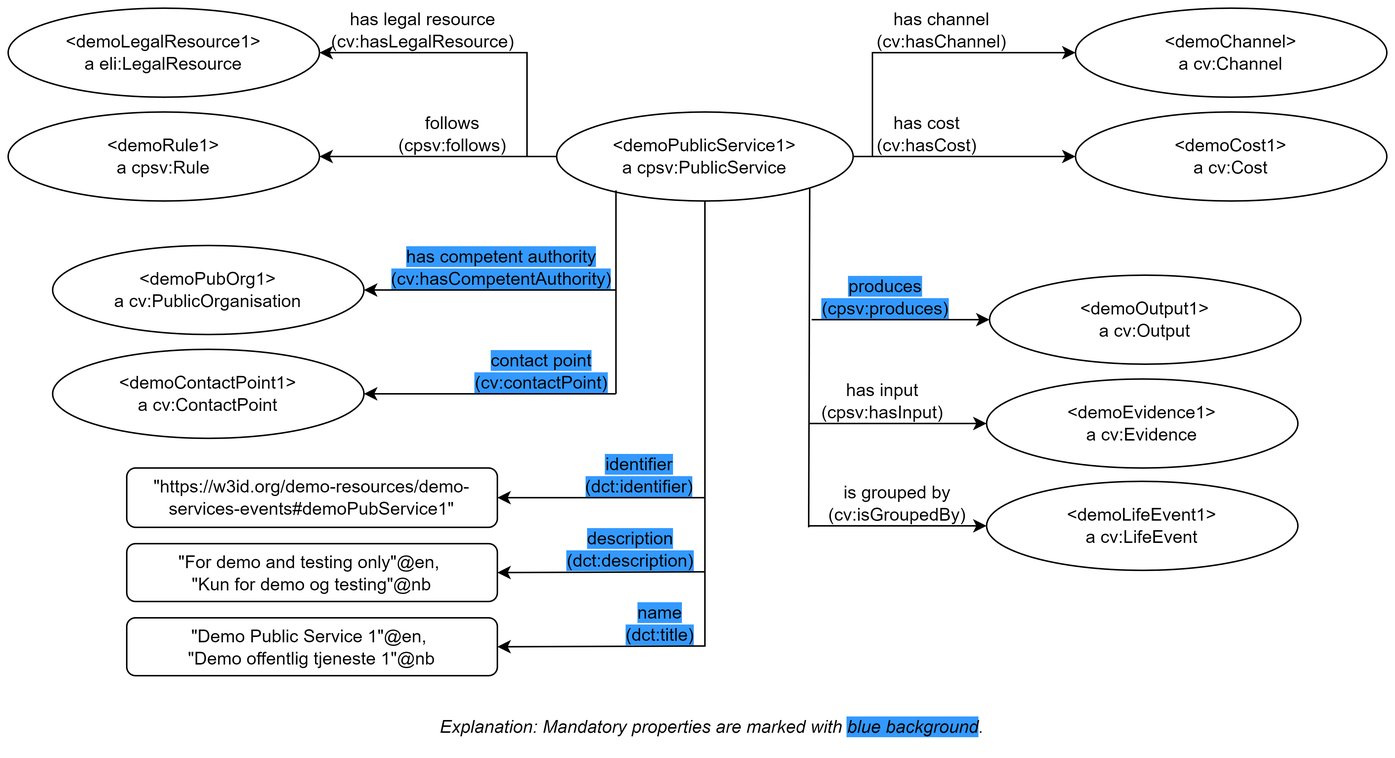
Earlier version of the draw.io export cpsv-ap-no/images/demoPublicService1-explanation.png (Informasjonsforvaltning/showroom). Source tidied: cells renumbered, new cells last; positions are measured from the earlier drawing's top-left corner, leaving out a move shared by most shapes.
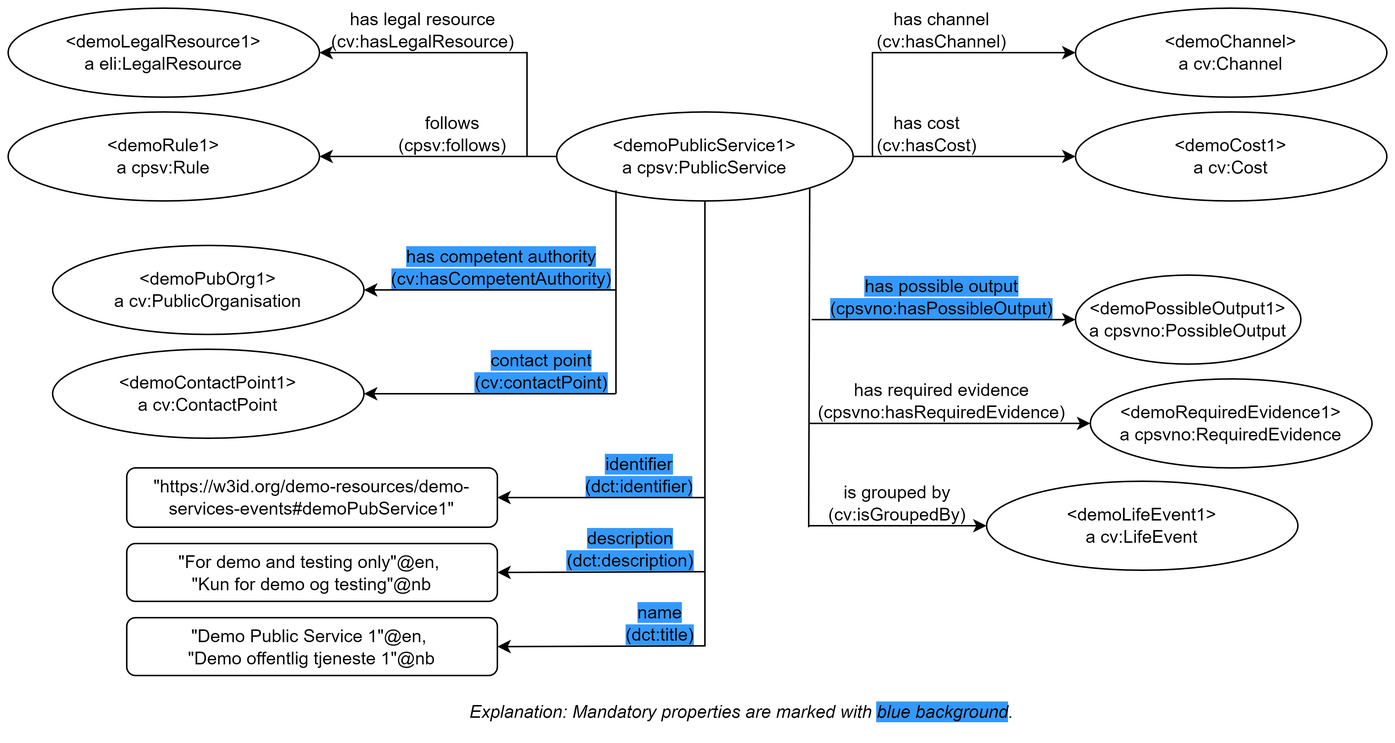
The same file after the commit.

Commit message:
Oppdatere tegningen for demo-cpsv-ap-no

Diff of the diagram source:
```diff
@@ -5,16 +5,16 @@
     <mxCell id="2" value="&amp;lt;demoPublicService1&amp;gt;&lt;br&gt;a cpsv:PublicService" style="ellipse;whiteSpace=wrap;html=1;" parent="1" vertex="1">
       <mxGeometry x="370" y="70" width="200" height="60" as="geometry" />
     </mxCell>
-    <mxCell id="3" value="&amp;lt;demoEvidence1&amp;gt;&lt;br&gt;a&amp;nbsp;cv:Evidence" style="ellipse;whiteSpace=wrap;html=1;" parent="1" vertex="1">
-      <mxGeometry x="660" y="250" width="210" height="60" as="geometry" />
+    <mxCell id="3" value="&amp;lt;demoRequiredEvidence1&amp;gt;&lt;br&gt;a&amp;nbsp;cpsvno:RequiredEvidence" style="ellipse;whiteSpace=wrap;html=1;" parent="1" vertex="1">
+      <mxGeometry x="730" y="250" width="190" height="60" as="geometry" />
     </mxCell>
     <mxCell id="4" style="endArrow=classic;html=1;rounded=0;entryX=0;entryY=0.5;entryDx=0;entryDy=0;" parent="1" edge="1" target="3">
       <mxGeometry relative="1" as="geometry">
         <mxPoint x="540" y="280" as="sourcePoint" />
       </mxGeometry>
     </mxCell>
-    <mxCell id="5" value="has input&lt;br&gt;(cpsv:hasInput)" style="text;html=1;strokeColor=none;fillColor=none;align=center;verticalAlign=middle;whiteSpace=wrap;rounded=0;" parent="1" vertex="1">
-      <mxGeometry x="560" y="250" width="60" height="30" as="geometry" />
+    <mxCell id="5" value="has required evidence&lt;br&gt;(cpsvno:hasRequiredEvidence)" style="text;html=1;strokeColor=none;fillColor=none;align=center;verticalAlign=middle;whiteSpace=wrap;rounded=0;" parent="1" vertex="1">
+      <mxGeometry x="600" y="250" width="60" height="30" as="geometry" />
     </mxCell>
     <mxCell id="6" value="&amp;lt;demoLifeEvent1&amp;gt;&lt;br&gt;a&amp;nbsp;cv:LifeEvent" style="ellipse;whiteSpace=wrap;html=1;" parent="1" vertex="1">
       <mxGeometry x="660" y="319" width="210" height="60" as="geometry" />
@@ -32,16 +32,16 @@
     <mxCell id="9" value="is grouped by&lt;br&gt;(cv:isGroupedBy)" style="text;html=1;strokeColor=none;fillColor=none;align=center;verticalAlign=middle;whiteSpace=wrap;rounded=0;" parent="1" vertex="1">
       <mxGeometry x="570" y="319" width="60" height="30" as="geometry" />
     </mxCell>
-    <mxCell id="10" value="&amp;lt;demoOutput1&amp;gt;&lt;br&gt;a&amp;nbsp;cv:Output" style="ellipse;whiteSpace=wrap;html=1;" parent="1" vertex="1">
-      <mxGeometry x="662" y="180" width="210" height="60" as="geometry" />
+    <mxCell id="10" value="&amp;lt;demoPossibleOutput1&amp;gt;&lt;br&gt;a&amp;nbsp;cpsvno:PossibleOutput" style="ellipse;whiteSpace=wrap;html=1;" parent="1" vertex="1">
+      <mxGeometry x="720" y="180" width="152" height="60" as="geometry" />
     </mxCell>
     <mxCell id="11" style="endArrow=classic;html=1;rounded=0;entryX=0;entryY=0.5;entryDx=0;entryDy=0;" parent="1" edge="1" target="10">
       <mxGeometry relative="1" as="geometry">
         <mxPoint x="542" y="210" as="sourcePoint" />
       </mxGeometry>
     </mxCell>
-    <mxCell id="12" value="&lt;span style=&quot;background-color: rgb(51, 153, 255);&quot;&gt;produces&lt;br&gt;(cpsv:produces)&lt;/span&gt;" style="text;html=1;strokeColor=none;fillColor=none;align=center;verticalAlign=middle;whiteSpace=wrap;rounded=0;" parent="1" vertex="1">
-      <mxGeometry x="562" y="180" width="60" height="30" as="geometry" />
+    <mxCell id="12" value="&lt;span style=&quot;background-color: rgb(51, 153, 255);&quot;&gt;has possible output&lt;br&gt;(cpsvno:hasPossibleOutput)&lt;/span&gt;" style="text;html=1;strokeColor=none;fillColor=none;align=center;verticalAlign=middle;whiteSpace=wrap;rounded=0;" parent="1" vertex="1">
+      <mxGeometry x="600" y="180" width="60" height="30" as="geometry" />
     </mxCell>
     <mxCell id="13" value="&amp;lt;demoPubOrg1&amp;gt;&lt;br&gt;a&amp;nbsp;cv:PublicOrganisation" style="ellipse;whiteSpace=wrap;html=1;" parent="1" vertex="1">
       <mxGeometry x="30" y="160" width="210" height="60" as="geometry" />
@@ -152,7 +152,7 @@
       <mxGeometry x="396" y="300" width="60" height="30" as="geometry" />
     </mxCell>
     <mxCell id="41" value="&lt;i&gt;Explanation: Mandatory properties are marked with &lt;span style=&quot;background-color: rgb(51, 153, 255);&quot;&gt;blue background&lt;/span&gt;.&lt;/i&gt;" style="text;html=1;strokeColor=none;fillColor=none;align=center;verticalAlign=middle;whiteSpace=wrap;rounded=0;" parent="1" vertex="1">
-      <mxGeometry x="200" y="470" width="550" height="30" as="geometry" />
+      <mxGeometry x="220" y="460" width="550" height="30" as="geometry" />
     </mxCell>
   </root>
 </mxGraphModel>
```
